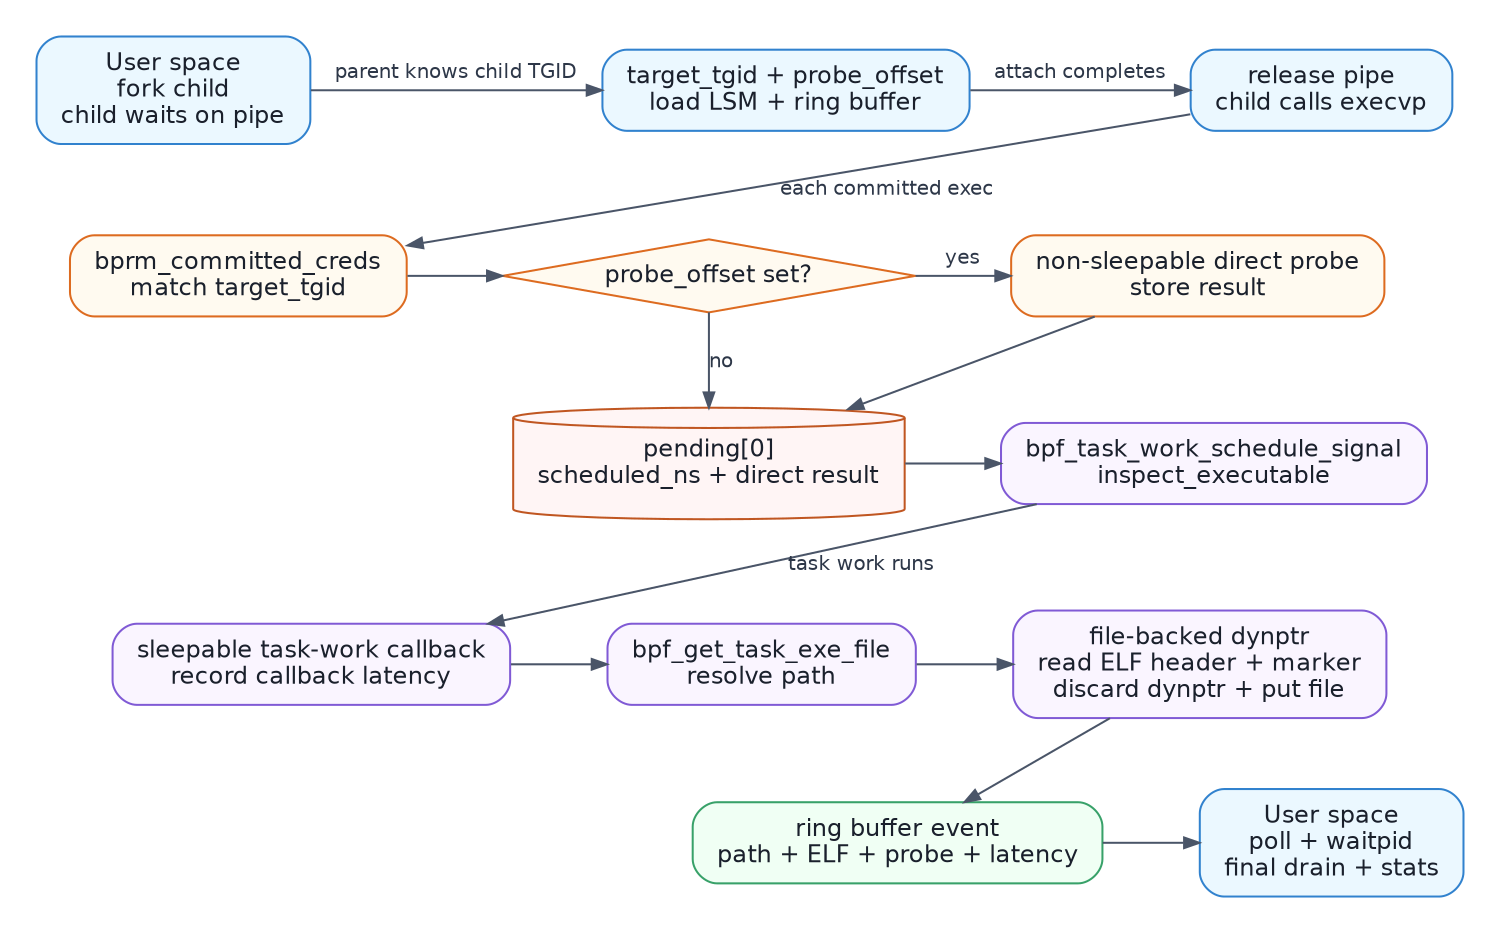
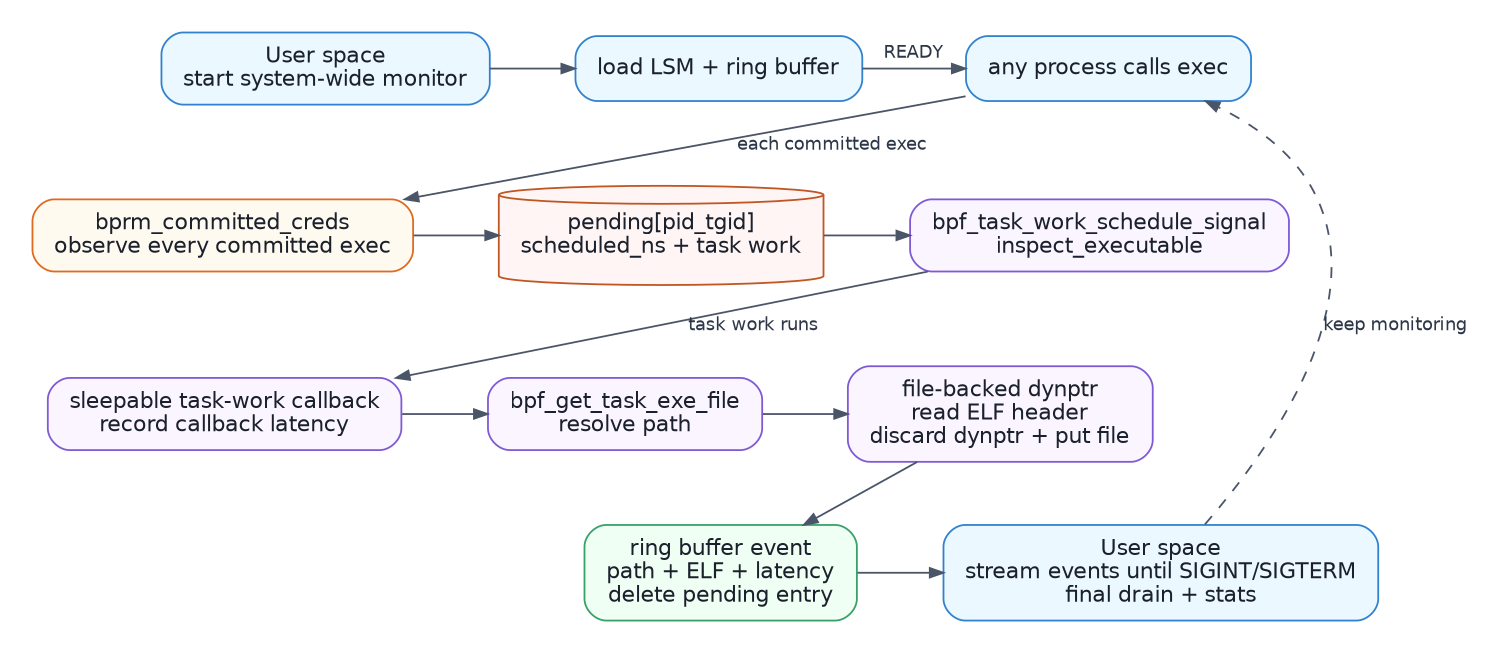
digraph exec_image_flow {
  graph [
    rankdir=TB,
    bgcolor="white",
    pad="0.25",
    nodesep="0.34",
    ranksep="0.46",
    splines=spline,
    size="10,7.5",
    ratio=compress,
    newrank=true,
    fontname="DejaVu Sans"
  ];
  node [
    shape=box,
    style="rounded,filled",
    fillcolor="#F7FAFC",
    color="#4A5568",
    fontcolor="#1A202C",
    fontname="DejaVu Sans",
    fontsize=12,
    margin="0.16,0.10"
  ];
  edge [
    color="#4A5568",
    fontcolor="#2D3748",
    fontname="DejaVu Sans",
    fontsize=10,
    arrowsize=0.75
  ];

-   fork [
-     label="User space\nfork child\nchild waits on pipe",
+   start [
+     label="User space\nstart system-wide monitor",
    fillcolor="#EBF8FF",
    color="#3182CE"
  ];
  prepare [
-     label="target_tgid + probe_offset\nload LSM + ring buffer",
+     label="load LSM + ring buffer",
    fillcolor="#EBF8FF",
    color="#3182CE"
  ];
  exec [
-     label="release pipe\nchild calls execvp",
+     label="any process calls exec",
    fillcolor="#EBF8FF",
    color="#3182CE"
  ];
  hook [
-     label="bprm_committed_creds\nmatch target_tgid",
-     fillcolor="#FFFAF0",
-     color="#DD6B20"
-   ];
-   probe [
-     label="probe_offset set?",
-     shape=diamond,
-     style="filled",
-     fillcolor="#FFFAF0",
-     color="#DD6B20",
-     margin="0.10,0.05"
-   ];
-   direct [
-     label="non-sleepable direct probe\nstore result",
+     label="bprm_committed_creds\nobserve every committed exec",
    fillcolor="#FFFAF0",
    color="#DD6B20"
  ];
  pending [
-     label="pending[0]\nscheduled_ns + direct result",
+     label="pending[pid_tgid]\nscheduled_ns + task work",
    shape=cylinder,
    fillcolor="#FFF5F5",
    color="#C05621"
  ];
  schedule [
    label="bpf_task_work_schedule_signal\ninspect_executable",
    fillcolor="#FAF5FF",
    color="#805AD5"
  ];
  callback [
    label="sleepable task-work callback\nrecord callback latency",
    fillcolor="#FAF5FF",
    color="#805AD5"
  ];
  file [
    label="bpf_get_task_exe_file\nresolve path",
    fillcolor="#FAF5FF",
    color="#805AD5"
  ];
  read [
-     label="file-backed dynptr\nread ELF header + marker\ndiscard dynptr + put file",
+     label="file-backed dynptr\nread ELF header\ndiscard dynptr + put file",
    fillcolor="#FAF5FF",
    color="#805AD5"
  ];
  event [
-     label="ring buffer event\npath + ELF + probe + latency",
+     label="ring buffer event\npath + ELF + latency\ndelete pending entry",
    fillcolor="#F0FFF4",
    color="#38A169"
  ];
  collect [
-     label="User space\npoll + waitpid\nfinal drain + stats",
+     label="User space\nstream events until SIGINT/SIGTERM\nfinal drain + stats",
    fillcolor="#EBF8FF",
    color="#3182CE"
  ];

-   { rank=same; fork; prepare; exec; }
-   { rank=same; hook; probe; direct; }
-   { rank=same; pending; schedule; }
+   { rank=same; start; prepare; exec; }
+   { rank=same; hook; pending; schedule; }
  { rank=same; callback; file; read; }
  { rank=same; event; collect; }

-   fork -> prepare [label="parent knows child TGID"];
-   prepare -> exec [label="attach completes"];
+   start -> prepare;
+   prepare -> exec [label="READY"];
  exec -> hook [label="each committed exec"];
-   hook -> probe;
-   probe -> direct [label="yes"];
-   probe -> pending [label="no"];
-   direct -> pending;
+   hook -> pending;
  pending -> schedule;
  schedule -> callback [label="task work runs"];
  callback -> file;
  file -> read;
  read -> event;
  event -> collect;
+   collect -> exec [label="keep monitoring", style=dashed];
}
